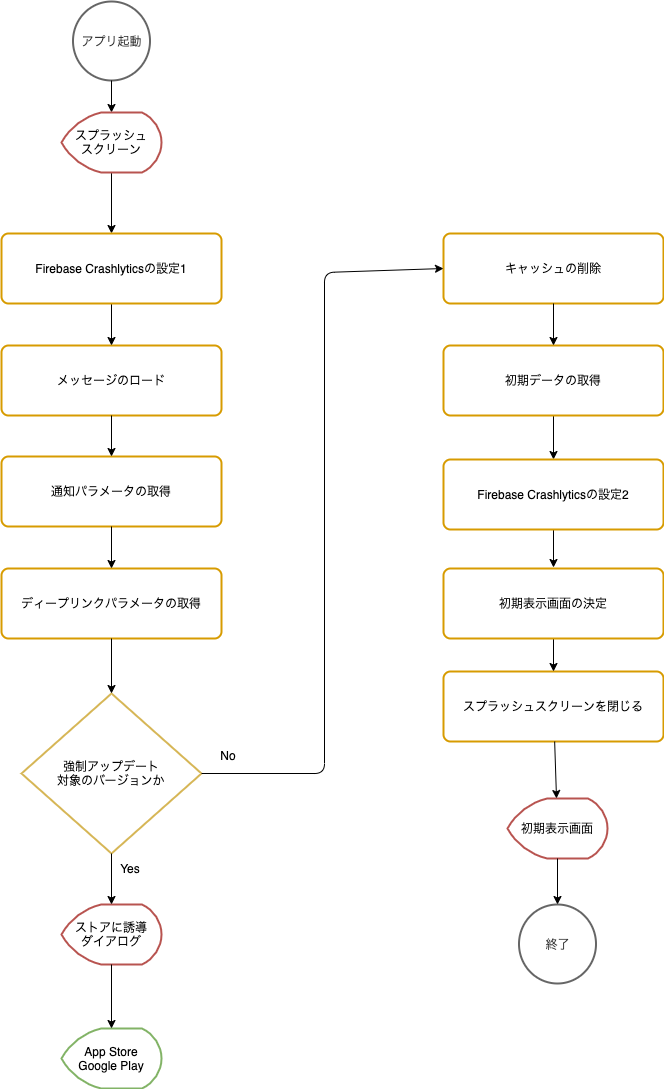
This is website/docs/react-native/santoku/application-architecture/life-cycle-management/initialization-flow.drawio.png from ws-4020/mobile-app-crib-notes, a draw.io export, as it was before one commit. Source tidied: cells renumbered, new cells last; positions are measured from the earlier drawing's top-left corner, leaving out a move shared by most shapes.
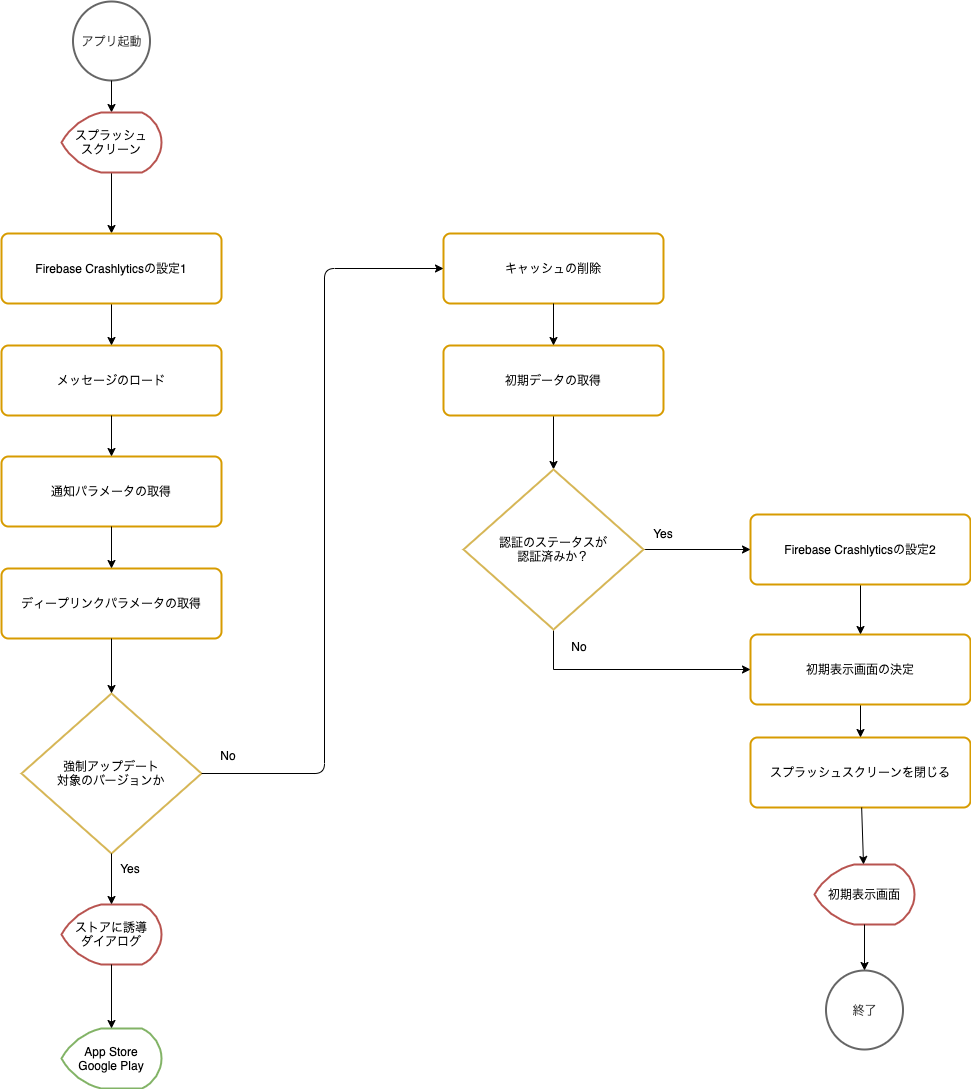
The same file after the commit.

Diff of the diagram source:
```diff
@@ -35,32 +35,32 @@
     <mxCell id="12" style="endArrow=classic;html=1;" parent="1" edge="1" source="2" target="10">
       <mxGeometry x="-604" y="424.5" as="geometry" />
     </mxCell>
-    <mxCell id="13" style="edgeStyle=orthogonalEdgeStyle;rounded=0;jettySize=auto;html=1;entryX=0.5;entryY=0;entryDx=0;entryDy=0;" parent="1" edge="1" source="14" target="34">
-      <mxGeometry relative="1" as="geometry" />
-    </mxCell>
+    <mxCell id="35" style="edgeStyle=orthogonalEdgeStyle;rounded=0;jettySize=auto;html=1;" parent="1" edge="1" source="14" target="38">
+      <mxGeometry relative="1" as="geometry" />
+    </mxCell>
     <mxCell id="14" value="初期データの取得" style="rounded=1;whiteSpace=wrap;html=1;absoluteArcSize=1;arcSize=14;strokeWidth=2;verticalAlign=middle;strokeColor=#d79b00;" parent="1" vertex="1">
       <mxGeometry x="442" y="344" width="220" height="70" as="geometry" />
     </mxCell>
     <mxCell id="15" value="スプラッシュスクリーンを閉じる" style="rounded=1;whiteSpace=wrap;html=1;absoluteArcSize=1;arcSize=14;strokeWidth=2;verticalAlign=middle;strokeColor=#d79b00;" parent="1" vertex="1">
-      <mxGeometry x="442" y="670" width="220" height="70" as="geometry" />
+      <mxGeometry x="749" y="736" width="220" height="70" as="geometry" />
     </mxCell>
     <mxCell id="16" style="endArrow=classic;html=1;" parent="1" edge="1" source="19" target="15">
-      <mxGeometry x="-158" y="-182" as="geometry" />
+      <mxGeometry x="155" y="-161" as="geometry" />
     </mxCell>
     <mxCell id="17" value="初期表示画面" style="strokeWidth=2;html=1;shape=mxgraph.flowchart.display;whiteSpace=wrap;verticalAlign=middle;strokeColor=#b85450;" parent="1" vertex="1">
-      <mxGeometry x="506" y="797" width="100" height="60" as="geometry" />
+      <mxGeometry x="813" y="863" width="100" height="60" as="geometry" />
     </mxCell>
     <mxCell id="18" style="endArrow=classic;html=1;" parent="1" edge="1" source="15" target="17">
-      <mxGeometry x="-158" y="-182" as="geometry" />
+      <mxGeometry x="155" y="-161" as="geometry" />
     </mxCell>
     <mxCell id="19" value="初期表示画面の決定" style="rounded=1;whiteSpace=wrap;html=1;absoluteArcSize=1;arcSize=14;strokeWidth=2;verticalAlign=middle;strokeColor=#d79b00;" parent="1" vertex="1">
-      <mxGeometry x="442" y="567" width="220" height="70" as="geometry" />
+      <mxGeometry x="749" y="633" width="220" height="70" as="geometry" />
     </mxCell>
     <mxCell id="20" value="終了" style="strokeWidth=2;html=1;shape=mxgraph.flowchart.start_2;whiteSpace=wrap;verticalAlign=middle;strokeColor=#666666;fontColor=#333333;" parent="1" vertex="1">
-      <mxGeometry x="517.5" y="903" width="77" height="79" as="geometry" />
+      <mxGeometry x="824.5" y="969" width="77" height="79" as="geometry" />
     </mxCell>
     <mxCell id="21" style="endArrow=classic;html=1;entryX=0.5;entryY=0;entryDx=0;entryDy=0;entryPerimeter=0;exitX=0.5;exitY=1;exitDx=0;exitDy=0;exitPerimeter=0;" parent="1" edge="1" source="17" target="20">
-      <mxGeometry x="-148" y="-172" as="geometry" />
+      <mxGeometry x="165" y="-151" as="geometry" />
     </mxCell>
     <mxCell id="22" value="キャッシュの削除" style="rounded=1;whiteSpace=wrap;html=1;absoluteArcSize=1;arcSize=14;strokeWidth=2;verticalAlign=middle;strokeColor=#d79b00;" parent="1" vertex="1">
       <mxGeometry x="442" y="232" width="220" height="70" as="geometry" />
@@ -84,7 +84,7 @@
       <mxGeometry x="-594" y="315.5" as="geometry">
         <Array as="points">
           <mxPoint x="323" y="772" />
-          <mxPoint x="323" y="271" />
+          <mxPoint x="323" y="267" />
         </Array>
       </mxGeometry>
     </mxCell>
@@ -100,13 +100,30 @@
     <mxCell id="32" value="Firebase Crashlyticsの設定1" style="rounded=1;whiteSpace=wrap;html=1;absoluteArcSize=1;arcSize=14;strokeWidth=2;verticalAlign=middle;strokeColor=#d79b00;" parent="1" vertex="1">
       <mxGeometry y="232" width="220" height="70" as="geometry" />
     </mxCell>
-    <mxCell id="33" style="edgeStyle=orthogonalEdgeStyle;rounded=0;jettySize=auto;html=1;" parent="1" edge="1" source="34">
-      <mxGeometry relative="1" as="geometry">
-        <mxPoint x="552" y="566" as="targetPoint" />
-      </mxGeometry>
+    <mxCell id="33" style="edgeStyle=orthogonalEdgeStyle;rounded=0;jettySize=auto;html=1;entryX=0.5;entryY=0;entryDx=0;entryDy=0;" parent="1" edge="1" source="34" target="19">
+      <mxGeometry relative="1" as="geometry" />
     </mxCell>
     <mxCell id="34" value="&lt;span&gt;Firebase Crashlyticsの設定2&lt;/span&gt;" style="rounded=1;whiteSpace=wrap;html=1;absoluteArcSize=1;arcSize=14;strokeWidth=2;verticalAlign=middle;strokeColor=#d79b00;" parent="1" vertex="1">
-      <mxGeometry x="442" y="458" width="220" height="70" as="geometry" />
+      <mxGeometry x="749" y="513" width="220" height="70" as="geometry" />
     </mxCell>
+    <mxCell id="36" style="edgeStyle=orthogonalEdgeStyle;rounded=0;jettySize=auto;html=1;" parent="1" edge="1" source="38" target="34">
+      <mxGeometry relative="1" as="geometry" />
+    </mxCell>
+    <mxCell id="37" style="edgeStyle=orthogonalEdgeStyle;rounded=0;jettySize=auto;html=1;startArrow=none;exitX=0.5;exitY=1;exitDx=0;exitDy=0;exitPerimeter=0;" parent="1" edge="1" source="38" target="19">
+      <mxGeometry relative="1" as="geometry">
+        <Array as="points">
+          <mxPoint x="552" y="668" />
+        </Array>
+      </mxGeometry>
+    </mxCell>
+    <mxCell id="38" value="認証のステータスが&lt;br&gt;認証済みか？" style="strokeWidth=2;html=1;shape=mxgraph.flowchart.decision;whiteSpace=wrap;verticalAlign=middle;strokeColor=#d6b656;" parent="1" vertex="1">
+      <mxGeometry x="462" y="468" width="180" height="160" as="geometry" />
+    </mxCell>
+    <mxCell id="39" value="No" style="text;html=1;strokeColor=none;fillColor=none;align=center;verticalAlign=middle;whiteSpace=wrap;rounded=0;" parent="1" vertex="1">
+      <mxGeometry x="558" y="635" width="40" height="20" as="geometry" />
+    </mxCell>
+    <mxCell id="40" value="Yes" style="text;html=1;strokeColor=none;fillColor=none;align=center;verticalAlign=middle;whiteSpace=wrap;rounded=0;" parent="1" vertex="1">
+      <mxGeometry x="642" y="522" width="40" height="20" as="geometry" />
+    </mxCell>
   </root>
 </mxGraphModel>
```
